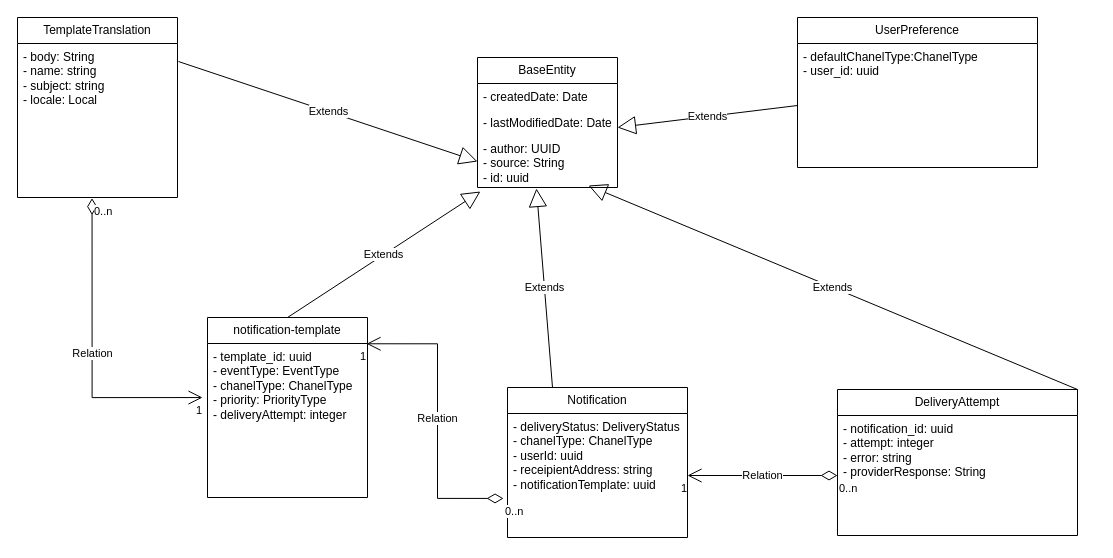
Before: documents/domenModel.drawio in kurbanovfarkhad/scarlet_notification_service, a draw.io diagram. Source tidied: cells renumbered, new cells numbered last; positions are measured from the earlier drawing's top-left corner, leaving out a move shared by most shapes. Both pictures are drawn from the tidied source at 100%, with x=0, y=0 at pixel (17, 17).
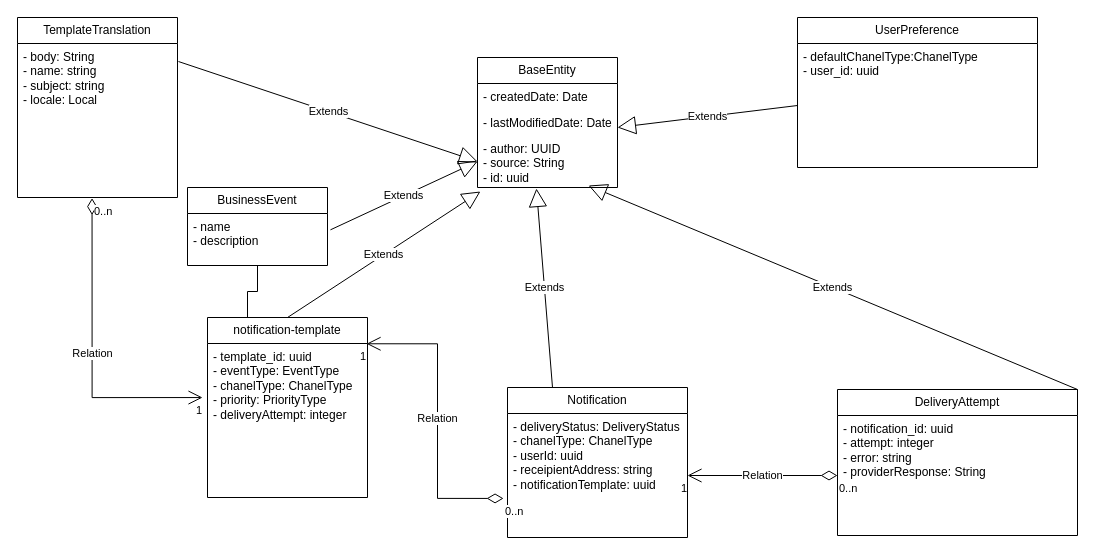
The same page after the edit.

Unchanged cells that the change refers to:
```xml
<mxCell id="2" value="notification-template" style="swimlane;fontStyle=0;horizontal=1;startSize=26;fillColor=none;whiteSpace=wrap;html=1;" parent="1" vertex="1">
  <mxGeometry x="190" y="300" width="160" height="180" as="geometry" />
</mxCell>
<mxCell id="7" value="- author: UUID&lt;div&gt;- source: String&lt;/div&gt;&lt;div&gt;- id: uuid&lt;/div&gt;" style="text;strokeColor=none;fillColor=none;align=left;verticalAlign=top;spacingLeft=4;spacingRight=4;overflow=hidden;points=[[0,0.5],[1,0.5]];portConstraint=eastwest;whiteSpace=wrap;html=1;" parent="4" vertex="1">
  <mxGeometry y="78" width="140" height="52" as="geometry" />
</mxCell>
```

Diff of the diagram source:
```diff
@@
+    <mxCell id="30" style="edgeStyle=orthogonalEdgeStyle;rounded=0;jettySize=auto;html=1;entryX=0.25;entryY=0;entryDx=0;entryDy=0;endArrow=none;endFill=0;" parent="1" edge="1" source="31" target="2">
+      <mxGeometry relative="1" as="geometry" />
+    </mxCell>
+    <mxCell id="31" value="BusinessEvent" style="swimlane;fontStyle=0;horizontal=1;startSize=26;fillColor=none;whiteSpace=wrap;html=1;" parent="1" vertex="1">
+      <mxGeometry x="170" y="170" width="140" height="78" as="geometry" />
+    </mxCell>
+    <mxCell id="32" value="- name&lt;div&gt;- description&lt;/div&gt;" style="text;strokeColor=none;fillColor=none;align=left;verticalAlign=top;spacingLeft=4;spacingRight=4;overflow=hidden;points=[[0,0.5],[1,0.5]];portConstraint=eastwest;whiteSpace=wrap;html=1;" parent="31" vertex="1">
+      <mxGeometry y="26" width="140" height="52" as="geometry" />
+    </mxCell>
+    <mxCell id="33" value="Extends" style="endArrow=block;endSize=16;endFill=0;html=1;rounded=0;entryX=0;entryY=0.5;entryDx=0;entryDy=0;exitX=1.021;exitY=0.314;exitDx=0;exitDy=0;exitPerimeter=0;" parent="1" edge="1" source="32" target="7">
+      <mxGeometry relative="1" as="geometry" />
+    </mxCell>
```
